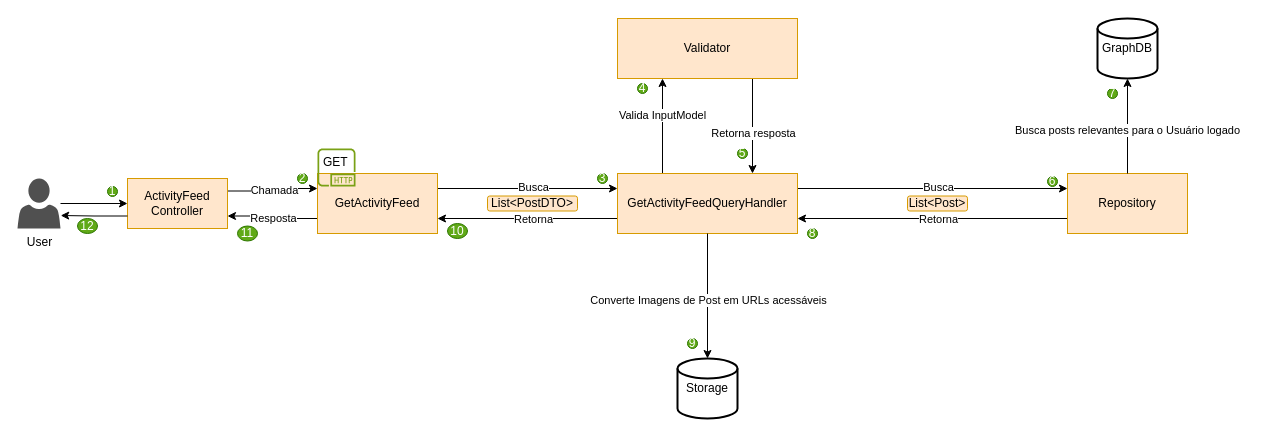
Above: page "SocialService/ActivityFeed" (3 of 15) of Architecture.drawio in AlanEdward19/ShapeUp (draw.io), before the change. Source tidied: cells renumbered, new cells numbered last; positions are measured from the earlier drawing's top-left corner, leaving out a move shared by most shapes. Both pictures are drawn from the tidied source at 100%, with x=0, y=0 at pixel (17, 18).
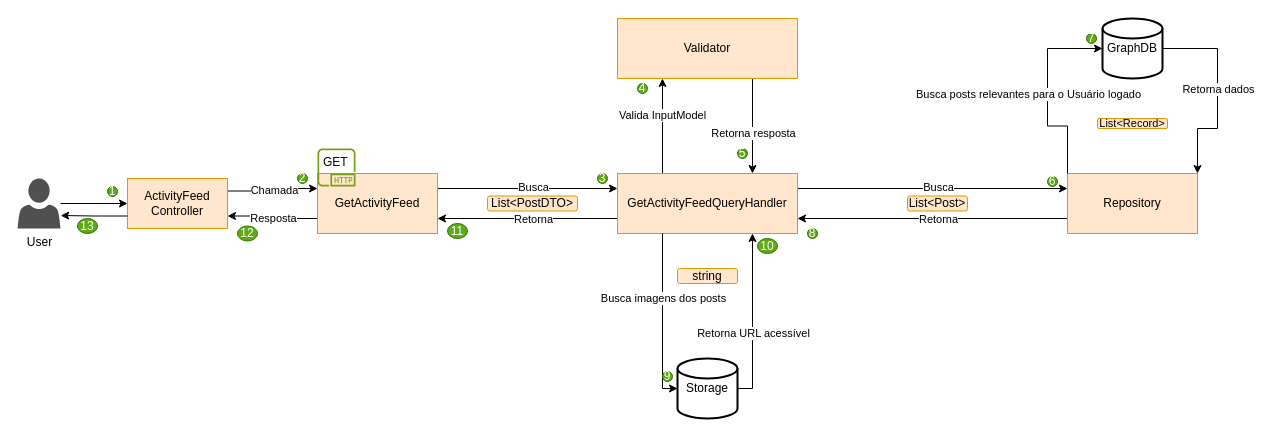
After the change.

Unchanged cells that the change refers to:
```xml
<mxCell id="20" value="GetActivityFeedQueryHandler" style="whiteSpace=wrap;html=1;fillColor=#ffe6cc;strokeColor=#d79b00;" parent="1" vertex="1">
  <mxGeometry x="600" y="155" width="180" height="60" as="geometry" />
</mxCell>
<mxCell id="21" value="Storage" style="strokeWidth=2;html=1;shape=mxgraph.flowchart.database;whiteSpace=wrap;" parent="1" vertex="1">
  <mxGeometry x="660" y="340" width="60" height="60" as="geometry" />
</mxCell>
```

Diff of the diagram source:
```diff
@@
     <mxCell id="9" value="Repository" style="whiteSpace=wrap;html=1;fillColor=#ffe6cc;strokeColor=#d79b00;" parent="1" vertex="1">
-      <mxGeometry x="1050" y="155" width="120" height="60" as="geometry" />
+      <mxGeometry x="1050" y="155" width="130" height="60" as="geometry" />
     </mxCell>
+    <mxCell id="49" style="edgeStyle=orthogonalEdgeStyle;rounded=0;jettySize=auto;html=1;exitX=1;exitY=0.5;exitDx=0;exitDy=0;exitPerimeter=0;entryX=1;entryY=0;entryDx=0;entryDy=0;" parent="1" edge="1" source="10" target="9">
+      <mxGeometry relative="1" as="geometry">
+        <Array as="points">
+          <mxPoint x="1200" y="30" />
+          <mxPoint x="1200" y="110" />
+          <mxPoint x="1180" y="110" />
+        </Array>
+      </mxGeometry>
+    </mxCell>
+    <mxCell id="50" value="Retorna dados" style="edgeLabel;html=1;align=center;verticalAlign=middle;" parent="49" vertex="1">
+      <mxGeometry x="-0.06" y="2" relative="1" as="geometry">
+        <mxPoint x="-2" y="1" as="offset" />
+      </mxGeometry>
+    </mxCell>
     <mxCell id="10" value="GraphDB" style="strokeWidth=2;html=1;shape=mxgraph.flowchart.database;whiteSpace=wrap;" parent="1" vertex="1">
-      <mxGeometry x="1080" width="60" height="60" as="geometry" />
+      <mxGeometry x="1085" width="60" height="60" as="geometry" />
     </mxCell>
-    <mxCell id="11" style="edgeStyle=orthogonalEdgeStyle;rounded=0;jettySize=auto;html=1;entryX=0.5;entryY=1;entryDx=0;entryDy=0;entryPerimeter=0;" parent="1" edge="1" source="9" target="10">
-      <mxGeometry relative="1" as="geometry" />
-    </mxCell>
-    <mxCell id="12" value="Busca posts relevantes para o Usuário logado" style="edgeLabel;html=1;align=center;verticalAlign=middle;" parent="11" vertex="1">
-      <mxGeometry x="-0.07" y="1" relative="1" as="geometry" />
-    </mxCell>
@@
+    <mxCell id="51" style="edgeStyle=orthogonalEdgeStyle;rounded=0;jettySize=auto;html=1;exitX=1;exitY=0.5;exitDx=0;exitDy=0;exitPerimeter=0;entryX=0.75;entryY=1;entryDx=0;entryDy=0;" parent="1" edge="1" source="21" target="20">
+      <mxGeometry relative="1" as="geometry">
+        <Array as="points">
+          <mxPoint x="735" y="370" />
+        </Array>
+      </mxGeometry>
+    </mxCell>
+    <mxCell id="52" value="Retorna URL acessível" style="edgeLabel;html=1;align=center;verticalAlign=middle;" parent="51" vertex="1">
+      <mxGeometry x="-0.16" relative="1" as="geometry" />
+    </mxCell>
@@
-    <mxCell id="22" style="edgeStyle=orthogonalEdgeStyle;rounded=0;jettySize=auto;html=1;exitX=0.5;exitY=1;exitDx=0;exitDy=0;entryX=0.5;entryY=0;entryDx=0;entryDy=0;entryPerimeter=0;" parent="1" edge="1" source="20" target="21">
-      <mxGeometry relative="1" as="geometry" />
+    <mxCell id="22" style="edgeStyle=orthogonalEdgeStyle;rounded=0;jettySize=auto;html=1;exitX=0.25;exitY=1;exitDx=0;exitDy=0;entryX=0;entryY=0.5;entryDx=0;entryDy=0;entryPerimeter=0;" parent="1" edge="1" source="20" target="21">
+      <mxGeometry relative="1" as="geometry">
+        <Array as="points">
+          <mxPoint x="645" y="370" />
+        </Array>
+      </mxGeometry>
     </mxCell>
-    <mxCell id="23" value="Converte Imagens de Post em URLs acessáveis" style="edgeLabel;html=1;align=center;verticalAlign=middle;" parent="22" vertex="1">
-      <mxGeometry x="0.06" relative="1" as="geometry" />
-    </mxCell>
+    <mxCell id="53" value="Busca imagens dos posts" style="edgeLabel;html=1;align=center;verticalAlign=middle;" parent="22" vertex="1">
+      <mxGeometry x="-0.09" relative="1" as="geometry">
+        <mxPoint y="-13" as="offset" />
+      </mxGeometry>
+    </mxCell>
@@
     <mxCell id="42" value="7" style="ellipse;whiteSpace=wrap;html=1;fillColor=#60a917;fontColor=#ffffff;strokeColor=#2D7600;" parent="1" vertex="1">
-      <mxGeometry x="1090" y="70" width="10" height="10" as="geometry" />
+      <mxGeometry x="1069" y="15" width="10" height="10" as="geometry" />
     </mxCell>
@@
     <mxCell id="44" value="9" style="ellipse;whiteSpace=wrap;html=1;fillColor=#60a917;fontColor=#ffffff;strokeColor=#2D7600;" parent="1" vertex="1">
-      <mxGeometry x="670" y="320" width="10" height="10" as="geometry" />
+      <mxGeometry x="645" y="353" width="10" height="10" as="geometry" />
     </mxCell>
-    <mxCell id="45" value="10" style="ellipse;whiteSpace=wrap;html=1;fillColor=#60a917;fontColor=#ffffff;strokeColor=#2D7600;" parent="1" vertex="1">
+    <mxCell id="45" value="11" style="ellipse;whiteSpace=wrap;html=1;fillColor=#60a917;fontColor=#ffffff;strokeColor=#2D7600;" parent="1" vertex="1">
       <mxGeometry x="430" y="205" width="20" height="15" as="geometry" />
     </mxCell>
-    <mxCell id="46" value="11" style="ellipse;whiteSpace=wrap;html=1;fillColor=#60a917;fontColor=#ffffff;strokeColor=#2D7600;" parent="1" vertex="1">
+    <mxCell id="46" value="12" style="ellipse;whiteSpace=wrap;html=1;fillColor=#60a917;fontColor=#ffffff;strokeColor=#2D7600;" parent="1" vertex="1">
       <mxGeometry x="220" y="207.5" width="20" height="15" as="geometry" />
     </mxCell>
@@
-    <mxCell id="48" value="12" style="ellipse;whiteSpace=wrap;html=1;fillColor=#60a917;fontColor=#ffffff;strokeColor=#2D7600;" parent="1" vertex="1">
+    <mxCell id="48" value="13" style="ellipse;whiteSpace=wrap;html=1;fillColor=#60a917;fontColor=#ffffff;strokeColor=#2D7600;" parent="1" vertex="1">
       <mxGeometry x="60" y="200" width="20" height="15" as="geometry" />
     </mxCell>
+    <mxCell id="11" style="edgeStyle=orthogonalEdgeStyle;rounded=0;jettySize=auto;html=1;exitX=0;exitY=0;exitDx=0;exitDy=0;entryX=0;entryY=0.5;entryDx=0;entryDy=0;entryPerimeter=0;" parent="1" edge="1" source="9" target="10">
+      <mxGeometry relative="1" as="geometry" />
+    </mxCell>
+    <mxCell id="12" value="Busca posts relevantes para o Usuário logado" style="edgeLabel;html=1;align=center;verticalAlign=middle;" parent="11" vertex="1">
+      <mxGeometry x="0.01" y="-1" relative="1" as="geometry">
+        <mxPoint x="-21" y="1" as="offset" />
+      </mxGeometry>
+    </mxCell>
+    <mxCell id="54" value="List&amp;lt;Record&amp;gt;" style="rounded=1;whiteSpace=wrap;html=1;fillColor=#ffe6cc;strokeColor=#d79b00;fontSize=11;" parent="1" vertex="1">
+      <mxGeometry x="1080" y="100" width="70" height="10" as="geometry" />
+    </mxCell>
+    <mxCell id="55" value="string" style="rounded=1;whiteSpace=wrap;html=1;fillColor=#ffe6cc;strokeColor=#d79b00;" parent="1" vertex="1">
+      <mxGeometry x="660" y="250" width="60" height="15" as="geometry" />
+    </mxCell>
+    <mxCell id="56" value="10" style="ellipse;whiteSpace=wrap;html=1;fillColor=#60a917;fontColor=#ffffff;strokeColor=#2D7600;" parent="1" vertex="1">
+      <mxGeometry x="740" y="220" width="20" height="15" as="geometry" />
+    </mxCell>
```
